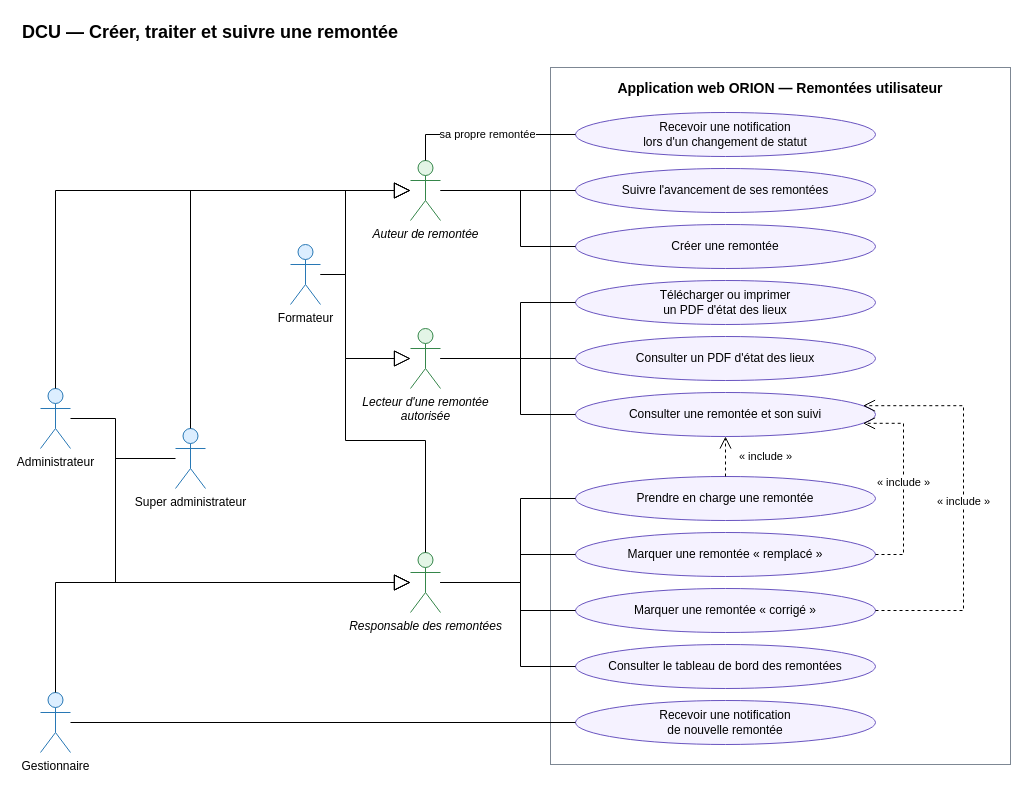
This is docs/02-ANALYSE/02-CAPTURE-DES-BESOINS/06-DCU-REMONTEES-UTILISATEUR.drawio from bpierrelouis/aster, a draw.io file, before an edit. Source tidied: cells renumbered, new cells numbered last; positions are measured from the earlier drawing's top-left corner, leaving out a move shared by most shapes. Both pictures are drawn from the tidied source at 100%, with x=0, y=0 at pixel (20, 17).
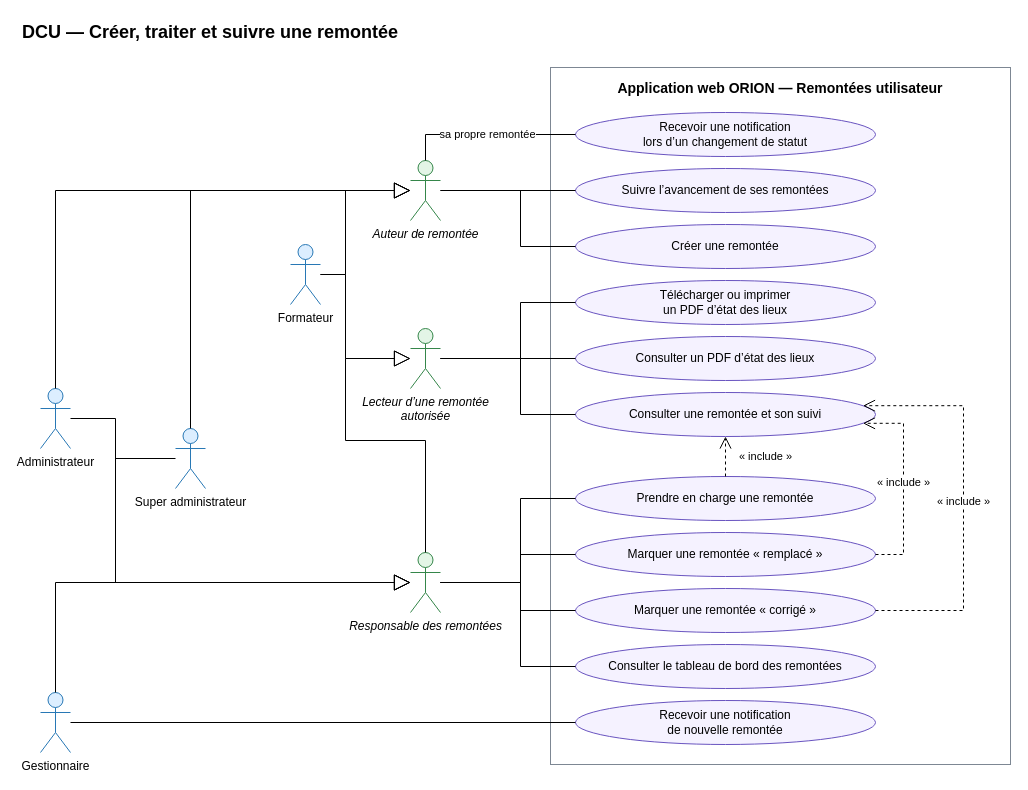
The same page after the edit.

The change refers to these unchanged cells:
```xml
<mxCell id="3" value="Application web ORION — Remontées utilisateur" style="rounded=0;whiteSpace=wrap;html=1;verticalAlign=top;fontStyle=1;fontSize=14;fillColor=none;strokeColor=#7D8793;spacingTop=6;" parent="1" vertex="1">
  <mxGeometry x="530" y="50" width="460" height="697" as="geometry" />
</mxCell>
```

Diff of the diagram source:
```diff
@@
-    <mxCell id="4" value="Recevoir une notification&lt;br&gt;lors d'un changement de statut" style="ellipse;whiteSpace=wrap;html=1;fontSize=12;fillColor=#F5F2FF;strokeColor=#6954C0;" parent="3" vertex="1">
+    <mxCell id="4" value="Recevoir une notification&lt;br&gt;lors d’un changement de statut" style="ellipse;whiteSpace=wrap;html=1;fontSize=12;fillColor=#F5F2FF;strokeColor=#6954C0;" parent="3" vertex="1">
       <mxGeometry x="25" y="45" width="300" height="44" as="geometry" />
     </mxCell>
-    <mxCell id="5" value="Suivre l'avancement de ses remontées" style="ellipse;whiteSpace=wrap;html=1;fontSize=12;fillColor=#F5F2FF;strokeColor=#6954C0;" parent="3" vertex="1">
+    <mxCell id="5" value="Suivre l’avancement de ses remontées" style="ellipse;whiteSpace=wrap;html=1;fontSize=12;fillColor=#F5F2FF;strokeColor=#6954C0;" parent="3" vertex="1">
       <mxGeometry x="25" y="101" width="300" height="44" as="geometry" />
     </mxCell>
@@
-    <mxCell id="7" value="Télécharger ou imprimer&lt;br&gt;un PDF d'état des lieux" style="ellipse;whiteSpace=wrap;html=1;fontSize=12;fillColor=#F5F2FF;strokeColor=#6954C0;" parent="3" vertex="1">
+    <mxCell id="7" value="Télécharger ou imprimer&lt;br&gt;un PDF d’état des lieux" style="ellipse;whiteSpace=wrap;html=1;fontSize=12;fillColor=#F5F2FF;strokeColor=#6954C0;" parent="3" vertex="1">
       <mxGeometry x="25" y="213" width="300" height="44" as="geometry" />
     </mxCell>
-    <mxCell id="8" value="Consulter un PDF d'état des lieux" style="ellipse;whiteSpace=wrap;html=1;fontSize=12;fillColor=#F5F2FF;strokeColor=#6954C0;" parent="3" vertex="1">
+    <mxCell id="8" value="Consulter un PDF d’état des lieux" style="ellipse;whiteSpace=wrap;html=1;fontSize=12;fillColor=#F5F2FF;strokeColor=#6954C0;" parent="3" vertex="1">
       <mxGeometry x="25" y="269" width="300" height="44" as="geometry" />
     </mxCell>
@@
-    <mxCell id="16" value="Lecteur d'une remontée&lt;br&gt;autorisée" style="shape=umlActor;verticalLabelPosition=bottom;verticalAlign=top;html=1;outlineConnect=0;fontSize=12;fillColor=#E3F5E6;strokeColor=#35864A;fontStyle=2;" parent="1" vertex="1">
+    <mxCell id="16" value="Lecteur d’une remontée&lt;br&gt;autorisée" style="shape=umlActor;verticalLabelPosition=bottom;verticalAlign=top;html=1;outlineConnect=0;fontSize=12;fillColor=#E3F5E6;strokeColor=#35864A;fontStyle=2;" parent="1" vertex="1">
       <mxGeometry x="390" y="311" width="30" height="60" as="geometry" />
     </mxCell>
```
